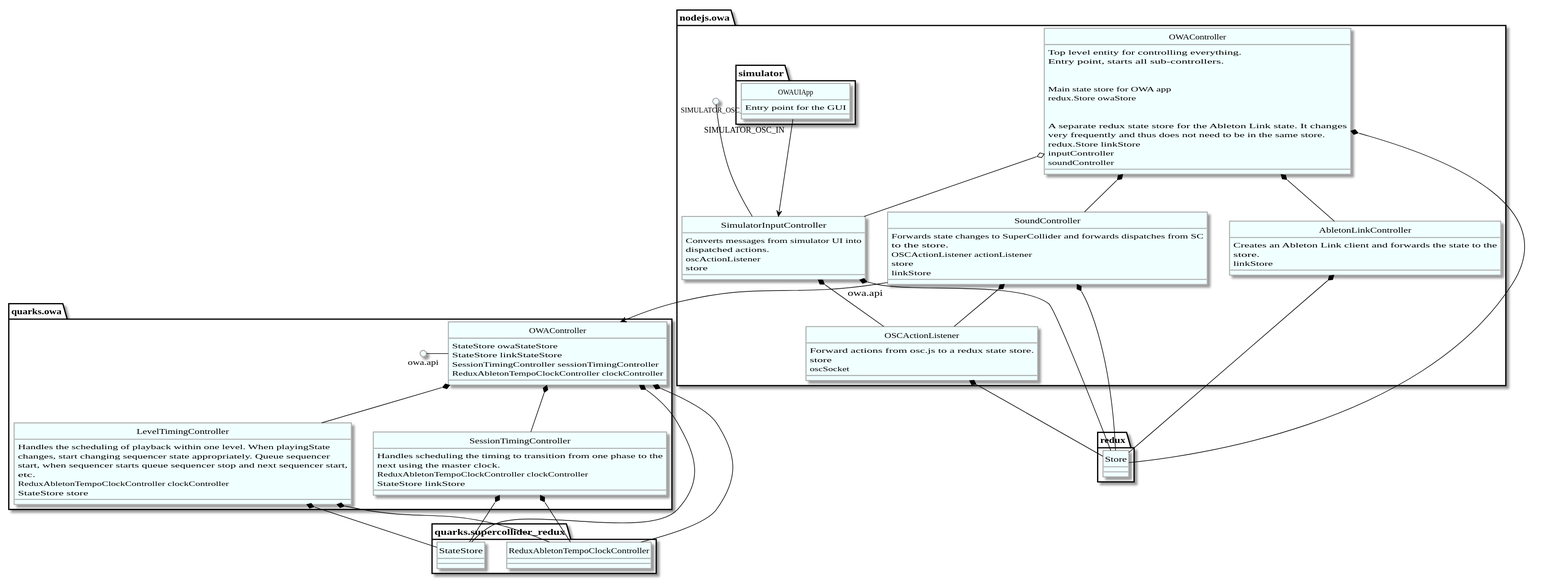
Earlier version of the PlantUML export docs/architecture_overview.svg (awakeningio/owa).
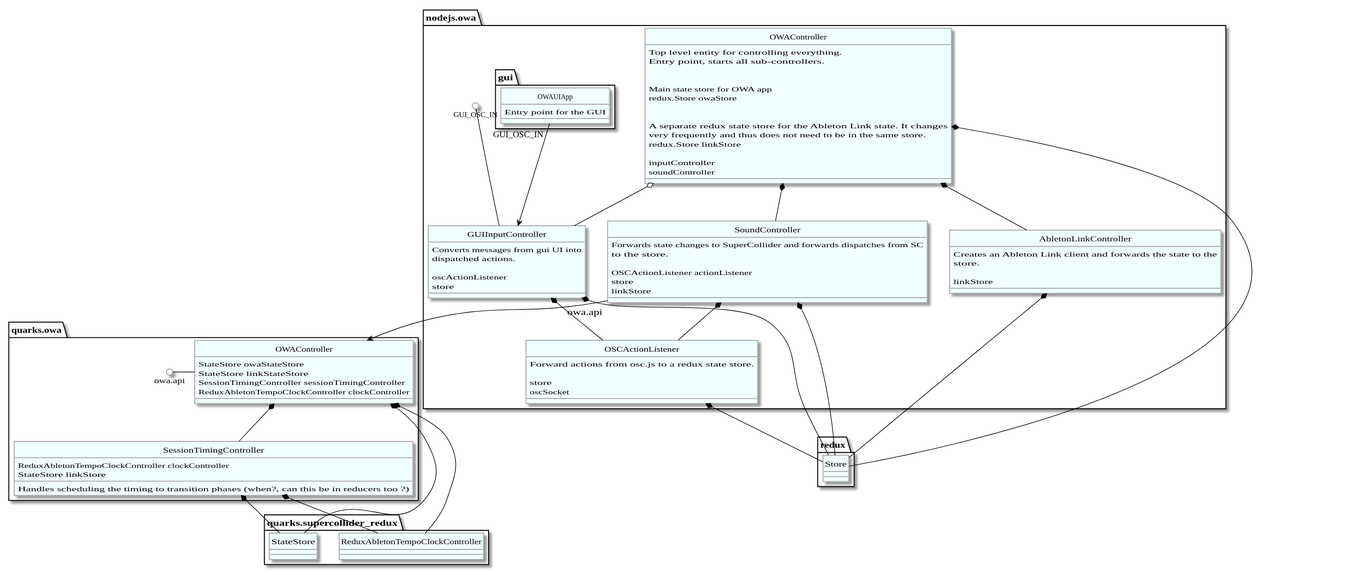
After the change.

Diff of the diagram source:
```diff
@@ -1,5 +1,4 @@
 @startuml
-
 skinparam backgroundColor transparent
 skinparam defaultFontName Monaco
 hide circle
@@ -57,18 +56,18 @@
   }
   OWAController *-- redux.Store
 
-  class SimulatorInputController {
+  class GUIInputController {
 
-    Converts messages from simulator UI into
+    Converts messages from gui UI into
     dispatched actions.
 
     oscActionListener
     store
   }
-  OWAController o-- SimulatorInputController
-  SIMULATOR_OSC_IN ()-- SimulatorInputController
-  SimulatorInputController *-- OSCActionListener
-  SimulatorInputController *-- redux.Store
+  OWAController o-- GUIInputController
+  GUI_OSC_IN ()-- GUIInputController
+  GUIInputController *-- OSCActionListener
+  GUIInputController *-- redux.Store
 
 
   class OSCActionListener {
@@ -103,11 +102,11 @@
 
 
 
-  namespace simulator {
+  namespace gui {
     class OWAUIApp {
       Entry point for the GUI
     }
-    OWAUIApp "SIMULATOR_OSC_IN" --> nodejs.owa.SimulatorInputController
+    OWAUIApp "GUI_OSC_IN" --> nodejs.owa.GUIInputController
   }
 
 }
@@ -124,8 +123,7 @@
   owa.api ()- OWAController
 
   class SessionTimingController {
-    Handles scheduling the timing to transition from one phase to the
-    next using the master clock.
+    Handles scheduling the timing to transition phases (when?, can this be in reducers too ?)
 
     ReduxAbletonTempoClockController clockController
     StateStore linkStore
@@ -133,19 +131,6 @@
   OWAController *-- SessionTimingController
   SessionTimingController *-- quarks.supercollider_redux.ReduxAbletonTempoClockController
   SessionTimingController *-- quarks.supercollider_redux.StateStore
-
-  class LevelTimingController {
-    Handles the scheduling of playback within one level.  When playingState
-    changes, start changing sequencer state appropriately.  Queue sequencer
-    start, when sequencer starts queue sequencer stop and next sequencer start,
-    etc.
-
-    ReduxAbletonTempoClockController clockController
-    StateStore store
-  }
-  OWAController *-- LevelTimingController
-  LevelTimingController *-- quarks.supercollider_redux.ReduxAbletonTempoClockController
-  LevelTimingController *-- quarks.supercollider_redux.StateStore
 }
 
 
```
